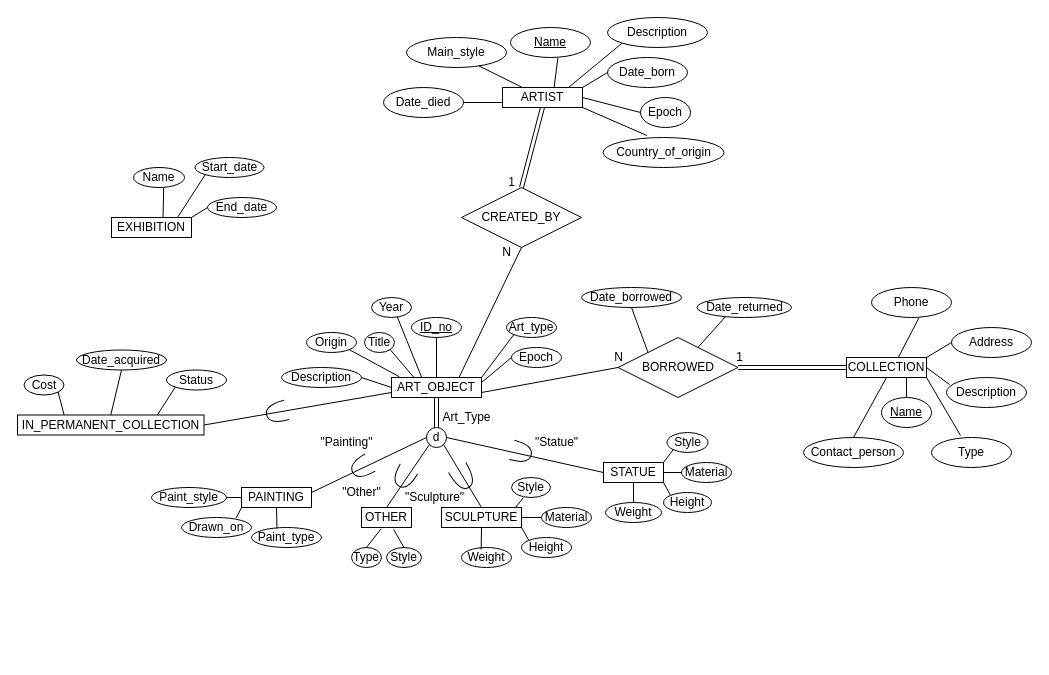
Maan-Khedr-ENSF-300/museum-project-chantae-katherine keeps this draw.io diagram as .github/Untitled Diagram.drawio. Above is the earlier version. Source tidied: cells renumbered, new cells numbered last; positions are measured from the earlier drawing's top-left corner, leaving out a move shared by most shapes. Both pictures are drawn from the tidied source at 100%, with x=0, y=0 at pixel (17, 17).
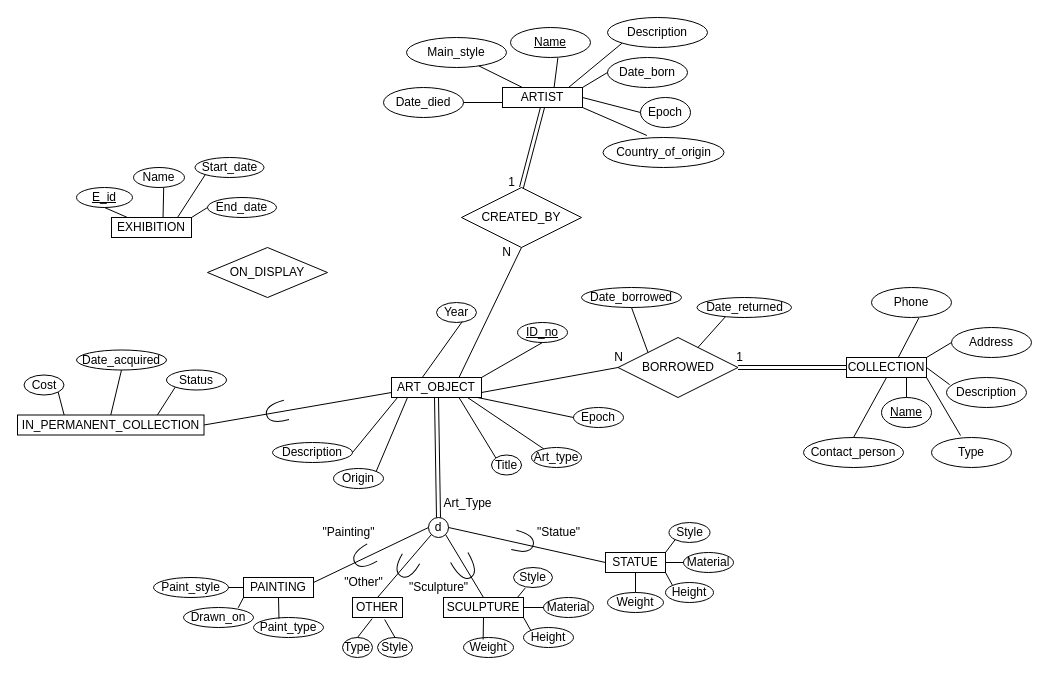
After the change.

Commit message:
Add E_id and rearrange ART_OBJECT attributes

Unchanged cells that the change refers to:
```xml
<mxCell id="2" value="ART_OBJECT" style="rounded=0;whiteSpace=wrap;html=1;" parent="1" vertex="1">
  <mxGeometry x="374" y="360" width="90" height="20" as="geometry" />
</mxCell>
```

What changed in the source:
```diff
@@
     <mxCell id="3" value="ID_no" style="ellipse;whiteSpace=wrap;html=1;align=center;fontStyle=4;" parent="1" vertex="1">
-      <mxGeometry x="394" y="300" width="50" height="20" as="geometry" />
+      <mxGeometry x="500" y="305" width="50" height="20" as="geometry" />
     </mxCell>
     <mxCell id="4" value="Year" style="ellipse;whiteSpace=wrap;html=1;align=center;" parent="1" vertex="1">
-      <mxGeometry x="354" y="280" width="40" height="20" as="geometry" />
+      <mxGeometry x="419" y="285" width="40" height="20" as="geometry" />
     </mxCell>
     <mxCell id="5" value="Title" style="ellipse;whiteSpace=wrap;html=1;" parent="1" vertex="1">
-      <mxGeometry x="347" y="315" width="30" height="20" as="geometry" />
+      <mxGeometry x="474" y="437.5" width="30" height="20" as="geometry" />
     </mxCell>
     <mxCell id="6" value="Description" style="ellipse;whiteSpace=wrap;html=1;" parent="1" vertex="1">
-      <mxGeometry x="264" y="350" width="80" height="20" as="geometry" />
+      <mxGeometry x="255" y="425" width="80" height="20" as="geometry" />
     </mxCell>
-    <mxCell id="7" style="endArrow=none;html=1;rounded=0;exitX=1;exitY=0.5;exitDx=0;exitDy=0;entryX=0;entryY=0.5;entryDx=0;entryDy=0;" parent="1" edge="1" source="6" target="2">
-      <mxGeometry relative="1" as="geometry" />
+    <mxCell id="7" style="endArrow=none;html=1;rounded=0;exitX=1;exitY=0.5;exitDx=0;exitDy=0;" parent="1" edge="1" source="6">
+      <mxGeometry relative="1" as="geometry">
+        <mxPoint x="380" y="380" as="targetPoint" />
+      </mxGeometry>
     </mxCell>
-    <mxCell id="8" style="endArrow=none;html=1;rounded=0;entryX=0.5;entryY=1;entryDx=0;entryDy=0;exitX=0.5;exitY=0;exitDx=0;exitDy=0;" parent="1" edge="1" source="2" target="3">
+    <mxCell id="8" style="endArrow=none;html=1;rounded=0;entryX=0.5;entryY=1;entryDx=0;entryDy=0;exitX=1;exitY=0;exitDx=0;exitDy=0;" parent="1" edge="1" source="2" target="3">
       <mxGeometry relative="1" as="geometry" />
     </mxCell>
     <mxCell id="9" value="PAINTING" style="rounded=0;whiteSpace=wrap;html=1;" parent="1" vertex="1">
-      <mxGeometry x="224" y="470" width="70" height="20" as="geometry" />
+      <mxGeometry x="226" y="560" width="70" height="20" as="geometry" />
     </mxCell>
     <mxCell id="10" value="SCULPTURE" style="rounded=0;whiteSpace=wrap;html=1;" parent="1" vertex="1">
-      <mxGeometry x="424" y="490" width="80" height="20" as="geometry" />
+      <mxGeometry x="426" y="580" width="80" height="20" as="geometry" />
     </mxCell>
     <mxCell id="11" value="STATUE" style="rounded=0;whiteSpace=wrap;html=1;" parent="1" vertex="1">
-      <mxGeometry x="586" y="445" width="60" height="20" as="geometry" />
+      <mxGeometry x="588" y="535" width="60" height="20" as="geometry" />
     </mxCell>
     <mxCell id="12" value="Paint_type" style="ellipse;whiteSpace=wrap;html=1;" parent="1" vertex="1">
-      <mxGeometry x="234" y="510" width="70" height="20" as="geometry" />
+      <mxGeometry x="236" y="600" width="70" height="20" as="geometry" />
     </mxCell>
     <mxCell id="13" value="Paint_style" style="ellipse;whiteSpace=wrap;html=1;" parent="1" vertex="1">
-      <mxGeometry x="134" y="470" width="75" height="20" as="geometry" />
+      <mxGeometry x="136" y="560" width="75" height="20" as="geometry" />
     </mxCell>
     <mxCell id="14" value="Drawn_on" style="ellipse;whiteSpace=wrap;html=1;" parent="1" vertex="1">
-      <mxGeometry x="164" y="500" width="70" height="20" as="geometry" />
+      <mxGeometry x="166" y="590" width="70" height="20" as="geometry" />
     </mxCell>
@@
     <mxCell id="18" value="Material" style="ellipse;whiteSpace=wrap;html=1;" parent="1" vertex="1">
-      <mxGeometry x="524" y="490" width="50" height="20" as="geometry" />
+      <mxGeometry x="526" y="580" width="50" height="20" as="geometry" />
     </mxCell>
     <mxCell id="19" value="Height" style="ellipse;whiteSpace=wrap;html=1;" parent="1" vertex="1">
-      <mxGeometry x="504" y="520" width="50" height="20" as="geometry" />
+      <mxGeometry x="506" y="610" width="50" height="20" as="geometry" />
     </mxCell>
     <mxCell id="20" value="Weight" style="ellipse;whiteSpace=wrap;html=1;" parent="1" vertex="1">
-      <mxGeometry x="444" y="530" width="50" height="20" as="geometry" />
+      <mxGeometry x="446" y="620" width="50" height="20" as="geometry" />
     </mxCell>
     <mxCell id="21" value="Style" style="ellipse;whiteSpace=wrap;html=1;" parent="1" vertex="1">
-      <mxGeometry x="494" y="460" width="39" height="20" as="geometry" />
+      <mxGeometry x="496" y="550" width="39" height="20" as="geometry" />
     </mxCell>
@@
     <mxCell id="26" value="OTHER" style="rounded=0;whiteSpace=wrap;html=1;" parent="1" vertex="1">
-      <mxGeometry x="344" y="490" width="50" height="20" as="geometry" />
+      <mxGeometry x="335" y="580" width="50" height="20" as="geometry" />
     </mxCell>
     <mxCell id="27" value="Type" style="ellipse;whiteSpace=wrap;html=1;" parent="1" vertex="1">
-      <mxGeometry x="334" y="530" width="30" height="20" as="geometry" />
+      <mxGeometry x="325" y="620" width="30" height="20" as="geometry" />
     </mxCell>
     <mxCell id="28" value="Style" style="ellipse;whiteSpace=wrap;html=1;" parent="1" vertex="1">
-      <mxGeometry x="369" y="530" width="35" height="20" as="geometry" />
+      <mxGeometry x="360" y="620" width="35" height="20" as="geometry" />
     </mxCell>
@@
     <mxCell id="63" value="Art_type" style="ellipse;whiteSpace=wrap;html=1;" parent="1" vertex="1">
-      <mxGeometry x="489" y="300" width="50" height="20" as="geometry" />
+      <mxGeometry x="514" y="430" width="50" height="20" as="geometry" />
     </mxCell>
     <mxCell id="64" value="Weight" style="ellipse;whiteSpace=wrap;html=1;" parent="1" vertex="1">
-      <mxGeometry x="588" y="485" width="56" height="20" as="geometry" />
+      <mxGeometry x="590" y="575" width="56" height="20" as="geometry" />
     </mxCell>
     <mxCell id="65" value="Height" style="ellipse;whiteSpace=wrap;html=1;" parent="1" vertex="1">
-      <mxGeometry x="646" y="475" width="48" height="20" as="geometry" />
+      <mxGeometry x="648" y="565" width="48" height="20" as="geometry" />
     </mxCell>
     <mxCell id="66" value="Material" style="ellipse;whiteSpace=wrap;html=1;" parent="1" vertex="1">
-      <mxGeometry x="664" y="445" width="50" height="20" as="geometry" />
+      <mxGeometry x="666" y="535" width="50" height="20" as="geometry" />
     </mxCell>
     <mxCell id="67" value="Style" style="ellipse;whiteSpace=wrap;html=1;" parent="1" vertex="1">
-      <mxGeometry x="649.5" y="415" width="41" height="20" as="geometry" />
+      <mxGeometry x="651.5" y="505" width="41" height="20" as="geometry" />
     </mxCell>
@@
     <mxCell id="72" value="Epoch" style="ellipse;whiteSpace=wrap;html=1;" parent="1" vertex="1">
-      <mxGeometry x="494" y="330" width="50" height="20" as="geometry" />
+      <mxGeometry x="556" y="390" width="50" height="20" as="geometry" />
     </mxCell>
     <mxCell id="73" value="Origin" style="ellipse;whiteSpace=wrap;html=1;" parent="1" vertex="1">
-      <mxGeometry x="289" y="315" width="50" height="20" as="geometry" />
+      <mxGeometry x="316" y="451" width="50" height="20" as="geometry" />
     </mxCell>
-    <mxCell id="74" style="endArrow=none;html=1;rounded=0;entryX=1;entryY=1;entryDx=0;entryDy=0;exitX=0.089;exitY=-0.033;exitDx=0;exitDy=0;exitPerimeter=0;" parent="1" edge="1" source="2" target="73">
-      <mxGeometry relative="1" as="geometry" />
+    <mxCell id="74" style="endArrow=none;html=1;rounded=0;entryX=1;entryY=0;entryDx=0;entryDy=0;" parent="1" edge="1" target="73">
+      <mxGeometry relative="1" as="geometry">
+        <mxPoint x="390" y="380" as="sourcePoint" />
+      </mxGeometry>
     </mxCell>
-    <mxCell id="75" style="endArrow=none;html=1;rounded=0;entryX=1;entryY=1;entryDx=0;entryDy=0;exitX=0.25;exitY=0;exitDx=0;exitDy=0;" parent="1" edge="1" source="2" target="5">
+    <mxCell id="75" style="endArrow=none;html=1;rounded=0;exitX=0.75;exitY=1;exitDx=0;exitDy=0;entryX=0;entryY=0;entryDx=0;entryDy=0;" parent="1" edge="1" source="2" target="5">
       <mxGeometry relative="1" as="geometry" />
     </mxCell>
-    <mxCell id="76" style="endArrow=none;html=1;rounded=0;entryX=0;entryY=1;entryDx=0;entryDy=0;exitX=1;exitY=0;exitDx=0;exitDy=0;" parent="1" edge="1" source="2" target="63">
-      <mxGeometry relative="1" as="geometry" />
+    <mxCell id="76" style="endArrow=none;html=1;rounded=0;" parent="1" edge="1" target="63">
+      <mxGeometry relative="1" as="geometry">
+        <mxPoint x="450" y="380" as="sourcePoint" />
+      </mxGeometry>
     </mxCell>
-    <mxCell id="77" style="endArrow=none;html=1;rounded=0;entryX=0;entryY=0.5;entryDx=0;entryDy=0;exitX=1;exitY=0.25;exitDx=0;exitDy=0;" parent="1" edge="1" source="2" target="72">
-      <mxGeometry relative="1" as="geometry" />
+    <mxCell id="77" style="endArrow=none;html=1;rounded=0;entryX=0;entryY=0.5;entryDx=0;entryDy=0;" parent="1" edge="1" target="72">
+      <mxGeometry relative="1" as="geometry">
+        <mxPoint x="460" y="380" as="sourcePoint" />
+      </mxGeometry>
     </mxCell>
@@
     <mxCell id="92" value="d" style="ellipse;whiteSpace=wrap;html=1;" parent="1" vertex="1">
-      <mxGeometry x="409" y="410" width="20" height="20" as="geometry" />
+      <mxGeometry x="411" y="500" width="20" height="20" as="geometry" />
     </mxCell>
@@
     <mxCell id="98" style="shape=requiredInterface;html=1;verticalLabelPosition=bottom;sketch=0;rotation=-210;" parent="1" vertex="1">
-      <mxGeometry x="334" y="440" width="20" height="20" as="geometry" />
+      <mxGeometry x="336" y="530" width="20" height="20" as="geometry" />
     </mxCell>
     <mxCell id="99" style="shape=requiredInterface;html=1;verticalLabelPosition=bottom;sketch=0;rotation=120;" parent="1" vertex="1">
-      <mxGeometry x="376.5" y="450" width="20" height="20" as="geometry" />
+      <mxGeometry x="378.5" y="540" width="20" height="20" as="geometry" />
     </mxCell>
     <mxCell id="100" style="shape=requiredInterface;html=1;verticalLabelPosition=bottom;sketch=0;rotation=60;" parent="1" vertex="1">
-      <mxGeometry x="434" y="450" width="23" height="20" as="geometry" />
+      <mxGeometry x="436" y="540" width="23" height="20" as="geometry" />
     </mxCell>
     <mxCell id="101" style="shape=requiredInterface;html=1;verticalLabelPosition=bottom;sketch=0;rotation=15;" parent="1" vertex="1">
-      <mxGeometry x="494" y="425" width="20" height="20" as="geometry" />
+      <mxGeometry x="496" y="515" width="20" height="20" as="geometry" />
     </mxCell>
@@
     <mxCell id="103" value="Art_Type" style="text;html=1;align=center;verticalAlign=middle;strokeColor=none;fillColor=none;" parent="1" vertex="1">
-      <mxGeometry x="414" y="385" width="70" height="30" as="geometry" />
+      <mxGeometry x="415" y="471" width="70" height="30" as="geometry" />
     </mxCell>
     <mxCell id="104" value="&quot;Painting&quot;" style="text;html=1;align=center;verticalAlign=middle;strokeColor=none;fillColor=none;" parent="1" vertex="1">
-      <mxGeometry x="289" y="410" width="80" height="30" as="geometry" />
+      <mxGeometry x="291" y="500" width="80" height="30" as="geometry" />
     </mxCell>
     <mxCell id="105" value="&quot;Other&quot;" style="text;html=1;align=center;verticalAlign=middle;strokeColor=none;fillColor=none;" parent="1" vertex="1">
-      <mxGeometry x="314" y="460" width="60" height="30" as="geometry" />
+      <mxGeometry x="316" y="550" width="60" height="30" as="geometry" />
     </mxCell>
     <mxCell id="106" value="&quot;Sculpture&quot;" style="text;html=1;align=center;verticalAlign=middle;strokeColor=none;fillColor=none;" parent="1" vertex="1">
-      <mxGeometry x="377" y="465" width="80" height="30" as="geometry" />
+      <mxGeometry x="381" y="555" width="80" height="30" as="geometry" />
     </mxCell>
     <mxCell id="107" value="&quot;Statue&quot;" style="text;html=1;align=center;verticalAlign=middle;strokeColor=none;fillColor=none;" parent="1" vertex="1">
-      <mxGeometry x="504" y="410" width="70" height="30" as="geometry" />
+      <mxGeometry x="506" y="500" width="70" height="30" as="geometry" />
     </mxCell>
@@
+    <mxCell id="120" value="E_id" style="ellipse;whiteSpace=wrap;html=1;align=center;fontStyle=4;" parent="1" vertex="1">
+      <mxGeometry x="59" y="170" width="56" height="20" as="geometry" />
+    </mxCell>
+    <mxCell id="121" style="endArrow=none;html=1;rounded=0;exitX=0.5;exitY=1;exitDx=0;exitDy=0;" parent="1" edge="1" source="120">
+      <mxGeometry relative="1" as="geometry">
+        <mxPoint x="110" y="200" as="targetPoint" />
+      </mxGeometry>
+    </mxCell>
+    <mxCell id="122" value="ON_DISPLAY" style="shape=rhombus;perimeter=rhombusPerimeter;whiteSpace=wrap;html=1;align=center;" parent="1" vertex="1">
+      <mxGeometry x="190" y="230" width="120" height="50" as="geometry" />
+    </mxCell>
```
